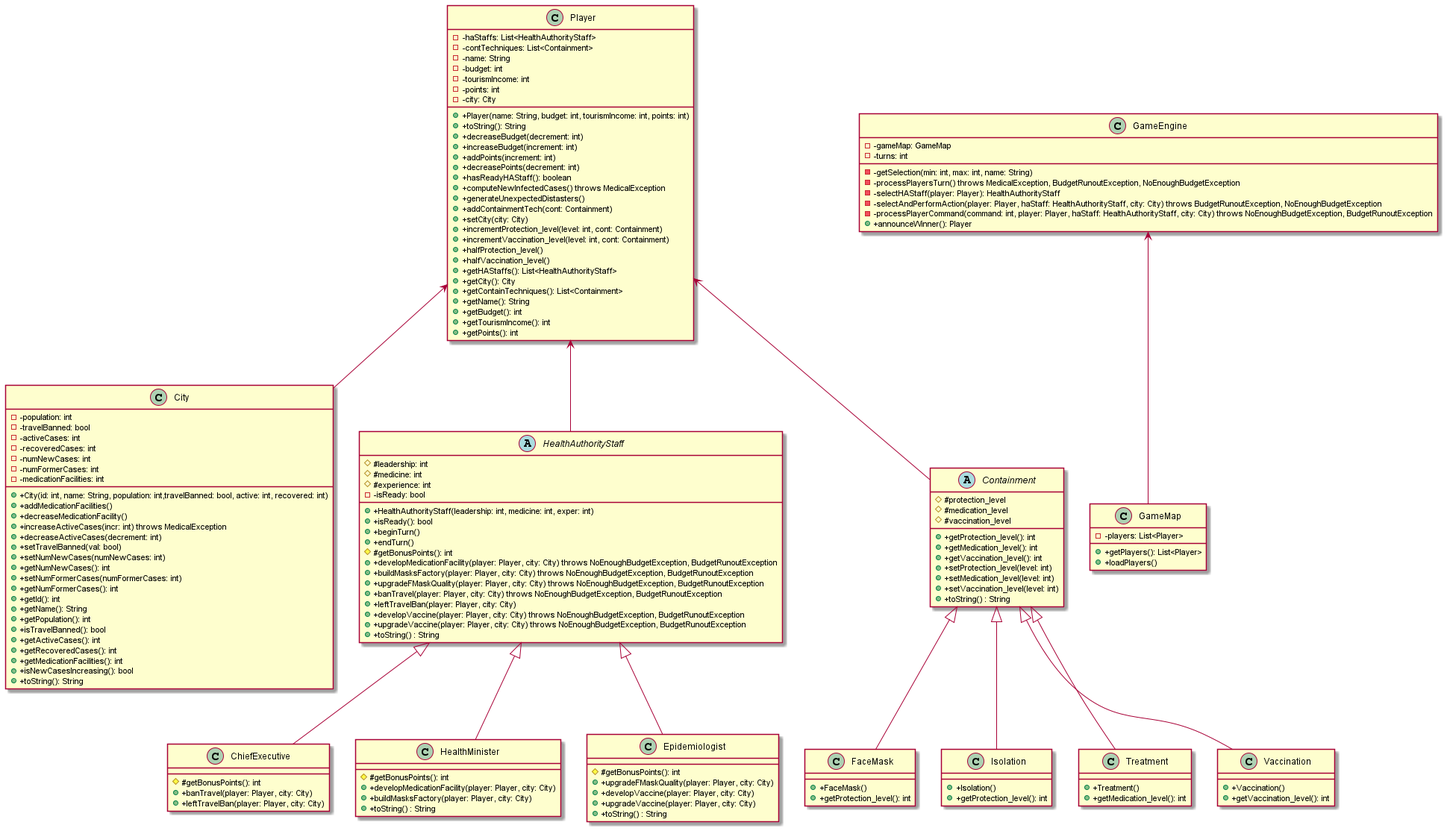
The PlantUML diagram engine.png in ahmad-hl/comp3021-corona-spring2021, before a commit.
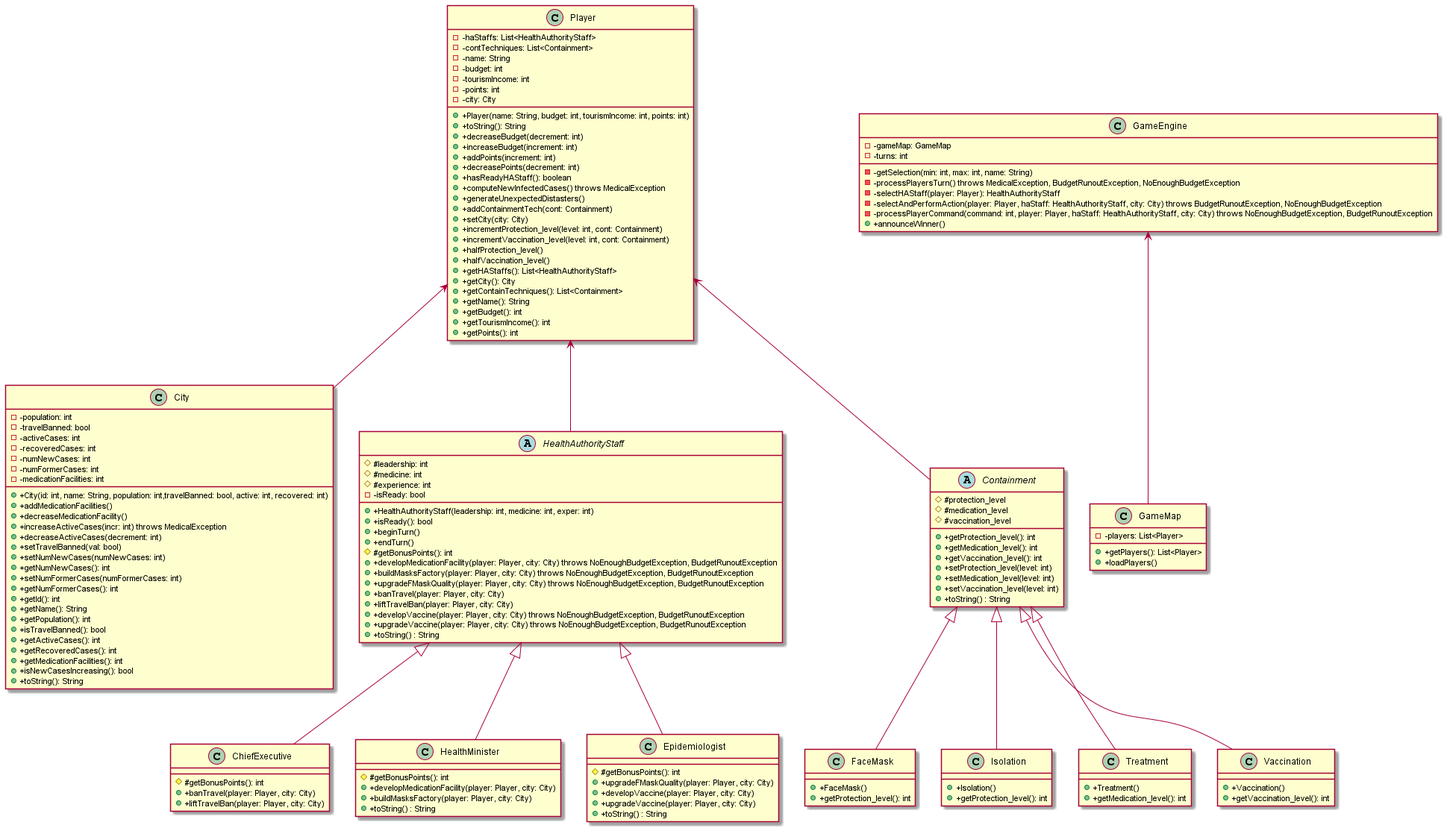
Above is the later version.

Commit message:
update CEOofHA: update banTravel method, update increase decrease formulas, update UML.

Change to the diagram source:
```diff
@@ -69,7 +69,7 @@
 - -selectHAStaff(player: Player): HealthAuthorityStaff
 - -selectAndPerformAction(player: Player, haStaff: HealthAuthorityStaff, city: City) throws BudgetRunoutException, NoEnoughBudgetException
 - -processPlayerCommand(command: int, player: Player, haStaff: HealthAuthorityStaff, city: City) throws NoEnoughBudgetException, BudgetRunoutException
-+ +announceWinner(): Player
++ +announceWinner()
 }
 
 class GameMap{
@@ -91,8 +91,8 @@
 + +developMedicationFacility(player: Player, city: City) throws NoEnoughBudgetException, BudgetRunoutException
 + +buildMasksFactory(player: Player, city: City) throws NoEnoughBudgetException, BudgetRunoutException
 + +upgradeFMaskQuality(player: Player, city: City) throws NoEnoughBudgetException, BudgetRunoutException
-+ +banTravel(player: Player, city: City) throws NoEnoughBudgetException, BudgetRunoutException
-+ +leftTravelBan(player: Player, city: City)
++ +banTravel(player: Player, city: City)
++ +liftTravelBan(player: Player, city: City)
 + +developVaccine(player: Player, city: City) throws NoEnoughBudgetException, BudgetRunoutException
 + +upgradeVaccine(player: Player, city: City) throws NoEnoughBudgetException, BudgetRunoutException
 + +toString() : String
@@ -101,7 +101,7 @@
 class ChiefExecutive{
 # #getBonusPoints(): int
 + +banTravel(player: Player, city: City)
-+ +leftTravelBan(player: Player, city: City)
++ +liftTravelBan(player: Player, city: City)
 }
 class HealthMinister{
 # #getBonusPoints(): int
```
